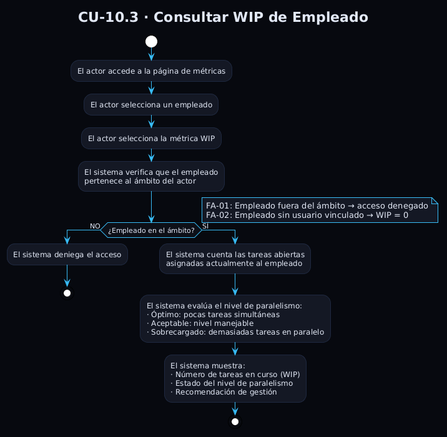
Earlier version of the PlantUML export Estudiantes/cesar-garcia-eguiguren/Capítulo-2/imagenes/CdU/metricas/flujoCU10.3.png (ceesargaarcia/GII-TFG-2026).
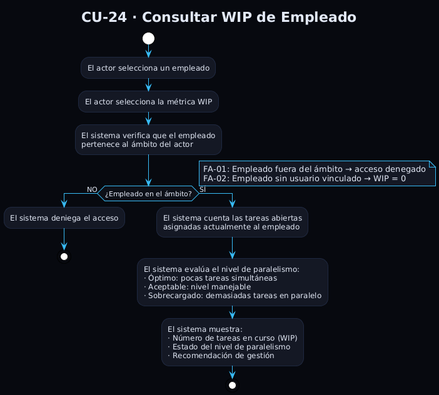
The same file after the commit.

What changed in the source:
```diff
@@ -9,10 +9,9 @@
 skinparam ActivityDiamondBorderColor #38BDF8
 skinparam NoteBackgroundColor #141824
 skinparam NoteBorderColor #38BDF8
-title CU-10.3 · Consultar WIP de Empleado
+title CU-24 · Consultar WIP de Empleado
 
 start
-:El actor accede a la página de métricas;
 :El actor selecciona un empleado;
 :El actor selecciona la métrica WIP;
 :El sistema verifica que el empleado
```
